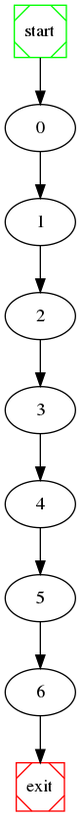
Above: cnf/raw_graph.png in NabeelQaiser/BTP_2k18-19 (Graphviz), before the change. Its source is kept beside it as cnf/raw_graph.dot.
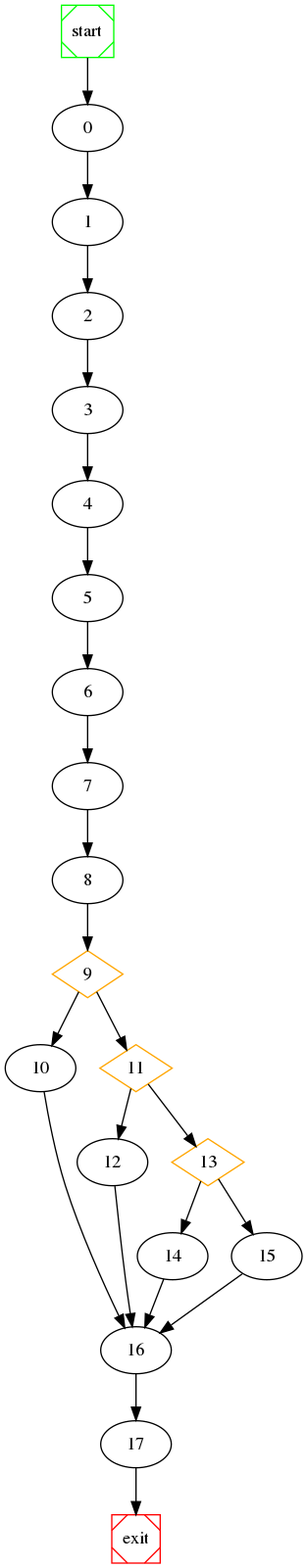
Later version of the same file.

The edit, as a diff of the source:
```diff
@@ -7,7 +7,24 @@
 	3 -> 4 ;
 	4 -> 5 ;
 	5 -> 6 ;
-	6 -> exit;
+	6 -> 7 ;
+	7 -> 8 ;
+	9 [shape=diamond, color=orange] ;
+	9 -> 10 ;
+	11 [shape=diamond, color=orange] ;
+	9 -> 11 ;
+	11 -> 12 ;
+	13 [shape=diamond, color=orange] ;
+	11 -> 13 ;
+	13 -> 14 ;
+	13 -> 15 ;
+	8 -> 9 ;
+	15 -> 16 ;
+	12 -> 16 ;
+	14 -> 16 ;
+	10 -> 16 ;
+	16 -> 17 ;
+	17 -> exit;
 
 	start [shape=Msquare, color=green];
 	exit [shape=Msquare, color=red];
```
